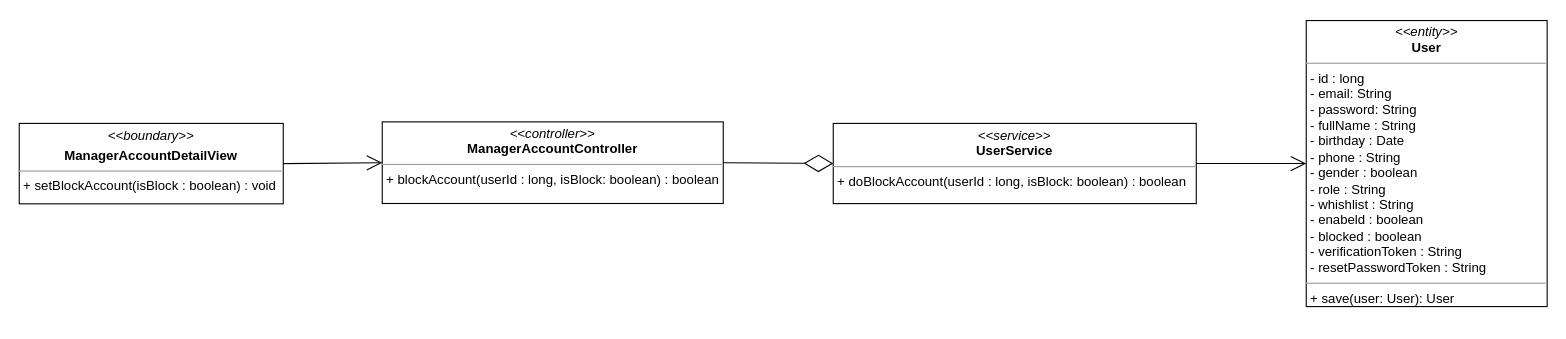
Before: class diagram/block_unBlock-account-class-diagram.drawio in nguyenphamvan/datn_20202, a draw.io diagram. Source tidied: cells renumbered, new cells numbered last; positions are measured from the earlier drawing's top-left corner, leaving out a move shared by most shapes. Both pictures are drawn from the tidied source at 110%, with x=0, y=0 at pixel (19, 20).
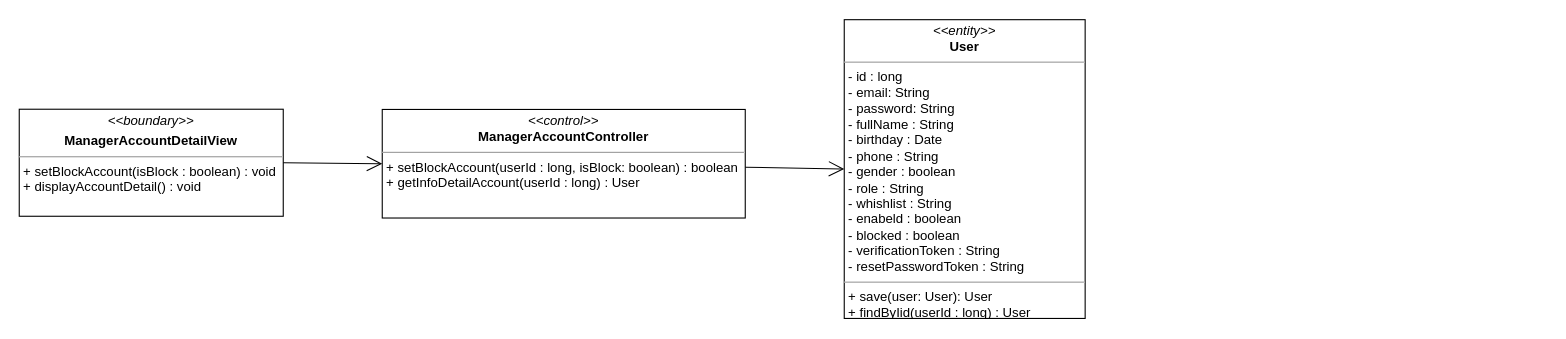
The same diagram, later.

What changed in the source:
```diff
@@
 <mxGraphModel>
   <root>
     <mxCell id="0" />
     <mxCell id="1" parent="0" />
-    <mxCell id="2" value="&lt;p style=&quot;margin: 0px ; margin-top: 4px ; text-align: center&quot;&gt;&lt;i&gt;&amp;lt;&amp;lt;boundary&amp;gt;&amp;gt;&lt;/i&gt;&lt;/p&gt;&lt;p style=&quot;margin: 0px ; margin-top: 4px ; text-align: center&quot;&gt;&lt;b&gt;ManagerAccountDetailView&lt;/b&gt;&lt;/p&gt;&lt;hr size=&quot;1&quot;&gt;&lt;p style=&quot;margin: 0px ; margin-left: 4px&quot;&gt;&lt;span&gt;+ setBlockAccount(isBlock : boolean) : void&lt;/span&gt;&lt;br&gt;&lt;/p&gt;" style="verticalAlign=top;align=left;overflow=fill;fontSize=12;fontFamily=Helvetica;html=1;" parent="1" vertex="1">
-      <mxGeometry y="93.7" width="240" height="73.1" as="geometry" />
+    <mxCell id="2" value="&lt;p style=&quot;margin: 0px ; margin-top: 4px ; text-align: center&quot;&gt;&lt;i&gt;&amp;lt;&amp;lt;boundary&amp;gt;&amp;gt;&lt;/i&gt;&lt;/p&gt;&lt;p style=&quot;margin: 0px ; margin-top: 4px ; text-align: center&quot;&gt;&lt;b&gt;ManagerAccountDetailView&lt;/b&gt;&lt;/p&gt;&lt;hr size=&quot;1&quot;&gt;&lt;p style=&quot;margin: 0px ; margin-left: 4px&quot;&gt;&lt;span&gt;+ setBlockAccount(isBlock : boolean) : void&lt;/span&gt;&lt;br&gt;&lt;/p&gt;&lt;p style=&quot;margin: 0px ; margin-left: 4px&quot;&gt;&lt;span&gt;+ displayAccountDetail() : void&lt;/span&gt;&lt;/p&gt;" style="verticalAlign=top;align=left;overflow=fill;fontSize=12;fontFamily=Helvetica;html=1;" parent="1" vertex="1">
+      <mxGeometry y="80.8" width="240" height="97.3" as="geometry" />
     </mxCell>
-    <mxCell id="3" value="&lt;p style=&quot;margin: 0px ; margin-top: 4px ; text-align: center&quot;&gt;&lt;i&gt;&amp;lt;&amp;lt;controller&amp;gt;&amp;gt;&lt;/i&gt;&lt;br&gt;&lt;b&gt;ManagerAccountController&lt;/b&gt;&lt;/p&gt;&lt;hr size=&quot;1&quot;&gt;&lt;p style=&quot;margin: 0px ; margin-left: 4px&quot;&gt;&lt;span&gt;+ blockAccount(userId : long, isBlock: boolean) : boolean&lt;/span&gt;&lt;br&gt;&lt;/p&gt;" style="verticalAlign=top;align=left;overflow=fill;fontSize=12;fontFamily=Helvetica;html=1;" parent="1" vertex="1">
-      <mxGeometry x="330" y="92.3" width="310" height="74.2" as="geometry" />
+    <mxCell id="3" value="&lt;p style=&quot;margin: 0px ; margin-top: 4px ; text-align: center&quot;&gt;&lt;i&gt;&amp;lt;&amp;lt;control&amp;gt;&amp;gt;&lt;/i&gt;&lt;br&gt;&lt;b&gt;ManagerAccountController&lt;/b&gt;&lt;/p&gt;&lt;hr size=&quot;1&quot;&gt;&lt;p style=&quot;margin: 0px ; margin-left: 4px&quot;&gt;&lt;span&gt;+ setBlockAccount(userId : long, isBlock: boolean) : boolean&lt;/span&gt;&lt;br&gt;&lt;/p&gt;&lt;p style=&quot;margin: 0px ; margin-left: 4px&quot;&gt;&lt;span&gt;+ getInfoDetailAccount(userId : long) : User&lt;/span&gt;&lt;/p&gt;" style="verticalAlign=top;align=left;overflow=fill;fontSize=12;fontFamily=Helvetica;html=1;" parent="1" vertex="1">
+      <mxGeometry x="330" y="81" width="330" height="98.7" as="geometry" />
     </mxCell>
-    <mxCell id="4" value="&lt;p style=&quot;margin: 0px ; margin-top: 4px ; text-align: center&quot;&gt;&lt;i&gt;&amp;lt;&amp;lt;service&amp;gt;&amp;gt;&lt;/i&gt;&lt;br&gt;&lt;b&gt;UserService&lt;/b&gt;&lt;/p&gt;&lt;hr size=&quot;1&quot;&gt;&lt;p style=&quot;margin: 0px ; margin-left: 4px&quot;&gt;&lt;span&gt;+ doBlockAccount(userId : long, isBlock: boolean) : boolean&lt;/span&gt;&lt;br&gt;&lt;/p&gt;" style="verticalAlign=top;align=left;overflow=fill;fontSize=12;fontFamily=Helvetica;html=1;" parent="1" vertex="1">
-      <mxGeometry x="740" y="93.7" width="330" height="72.9" as="geometry" />
-    </mxCell>
     <mxCell id="5" style="endArrow=open;endFill=1;endSize=12;html=1;entryX=0;entryY=0.5;entryDx=0;entryDy=0;exitX=1;exitY=0.5;exitDx=0;exitDy=0;" parent="1" edge="1" source="2" target="3">
       <mxGeometry relative="1" as="geometry" />
     </mxCell>
-    <mxCell id="6" style="endArrow=diamondThin;endFill=0;endSize=24;html=1;entryX=0;entryY=0.5;entryDx=0;entryDy=0;exitX=1;exitY=0.5;exitDx=0;exitDy=0;" parent="1" edge="1" source="3" target="4">
-      <mxGeometry relative="1" as="geometry" />
-    </mxCell>
-    <mxCell id="7" style="endArrow=open;endFill=1;endSize=12;html=1;entryX=0;entryY=0.5;entryDx=0;entryDy=0;exitX=1;exitY=0.5;exitDx=0;exitDy=0;" parent="1" edge="1" source="4" target="8">
+    <mxCell id="7" style="endArrow=open;endFill=1;endSize=12;html=1;entryX=0;entryY=0.5;entryDx=0;entryDy=0;" parent="1" edge="1" source="3" target="8">
       <mxGeometry relative="1" as="geometry" />
     </mxCell>
-    <mxCell id="8" value="&lt;p style=&quot;margin: 0px ; margin-top: 4px ; text-align: center&quot;&gt;&lt;i&gt;&amp;lt;&amp;lt;entity&amp;gt;&amp;gt;&lt;/i&gt;&lt;br&gt;&lt;b&gt;User&lt;/b&gt;&lt;/p&gt;&lt;hr size=&quot;1&quot;&gt;&lt;p style=&quot;margin: 0px ; margin-left: 4px&quot;&gt;- id : long&lt;/p&gt;&lt;p style=&quot;margin: 0px ; margin-left: 4px&quot;&gt;- email: String&lt;br&gt;- password: String&lt;/p&gt;&lt;p style=&quot;margin: 0px ; margin-left: 4px&quot;&gt;- fullName : String&lt;/p&gt;&lt;p style=&quot;margin: 0px ; margin-left: 4px&quot;&gt;- birthday : Date&lt;/p&gt;&lt;p style=&quot;margin: 0px ; margin-left: 4px&quot;&gt;- phone : String&lt;/p&gt;&lt;p style=&quot;margin: 0px ; margin-left: 4px&quot;&gt;- gender : boolean&lt;/p&gt;&lt;p style=&quot;margin: 0px ; margin-left: 4px&quot;&gt;- role : String&lt;/p&gt;&lt;p style=&quot;margin: 0px ; margin-left: 4px&quot;&gt;- whishlist : String&lt;/p&gt;&lt;p style=&quot;margin: 0px ; margin-left: 4px&quot;&gt;- enabeld : boolean&lt;/p&gt;&lt;p style=&quot;margin: 0px ; margin-left: 4px&quot;&gt;- blocked : boolean&lt;/p&gt;&lt;p style=&quot;margin: 0px ; margin-left: 4px&quot;&gt;- verificationToken : String&lt;/p&gt;&lt;p style=&quot;margin: 0px ; margin-left: 4px&quot;&gt;- resetPasswordToken : String&lt;/p&gt;&lt;hr size=&quot;1&quot;&gt;&lt;p style=&quot;margin: 0px ; margin-left: 4px&quot;&gt;+ save(user: User): User&lt;br&gt;&lt;/p&gt;" style="verticalAlign=top;align=left;overflow=fill;fontSize=12;fontFamily=Helvetica;html=1;" parent="1" vertex="1">
-      <mxGeometry x="1170" y="0.2" width="219" height="260" as="geometry" />
+    <mxCell id="8" value="&lt;p style=&quot;margin: 0px ; margin-top: 4px ; text-align: center&quot;&gt;&lt;i&gt;&amp;lt;&amp;lt;entity&amp;gt;&amp;gt;&lt;/i&gt;&lt;br&gt;&lt;b&gt;User&lt;/b&gt;&lt;/p&gt;&lt;hr size=&quot;1&quot;&gt;&lt;p style=&quot;margin: 0px ; margin-left: 4px&quot;&gt;- id : long&lt;/p&gt;&lt;p style=&quot;margin: 0px ; margin-left: 4px&quot;&gt;- email: String&lt;br&gt;- password: String&lt;/p&gt;&lt;p style=&quot;margin: 0px ; margin-left: 4px&quot;&gt;- fullName : String&lt;/p&gt;&lt;p style=&quot;margin: 0px ; margin-left: 4px&quot;&gt;- birthday : Date&lt;/p&gt;&lt;p style=&quot;margin: 0px ; margin-left: 4px&quot;&gt;- phone : String&lt;/p&gt;&lt;p style=&quot;margin: 0px ; margin-left: 4px&quot;&gt;- gender : boolean&lt;/p&gt;&lt;p style=&quot;margin: 0px ; margin-left: 4px&quot;&gt;- role : String&lt;/p&gt;&lt;p style=&quot;margin: 0px ; margin-left: 4px&quot;&gt;- whishlist : String&lt;/p&gt;&lt;p style=&quot;margin: 0px ; margin-left: 4px&quot;&gt;- enabeld : boolean&lt;/p&gt;&lt;p style=&quot;margin: 0px ; margin-left: 4px&quot;&gt;- blocked : boolean&lt;/p&gt;&lt;p style=&quot;margin: 0px ; margin-left: 4px&quot;&gt;- verificationToken : String&lt;/p&gt;&lt;p style=&quot;margin: 0px ; margin-left: 4px&quot;&gt;- resetPasswordToken : String&lt;/p&gt;&lt;hr size=&quot;1&quot;&gt;&lt;p style=&quot;margin: 0px ; margin-left: 4px&quot;&gt;+ save(user: User): User&lt;br&gt;&lt;/p&gt;&lt;p style=&quot;margin: 0px ; margin-left: 4px&quot;&gt;+ findByIid(userId : long) : User&lt;/p&gt;" style="verticalAlign=top;align=left;overflow=fill;fontSize=12;fontFamily=Helvetica;html=1;" parent="1" vertex="1">
+      <mxGeometry x="750" y="-0.6" width="219" height="271.6" as="geometry" />
     </mxCell>
   </root>
 </mxGraphModel>
```
